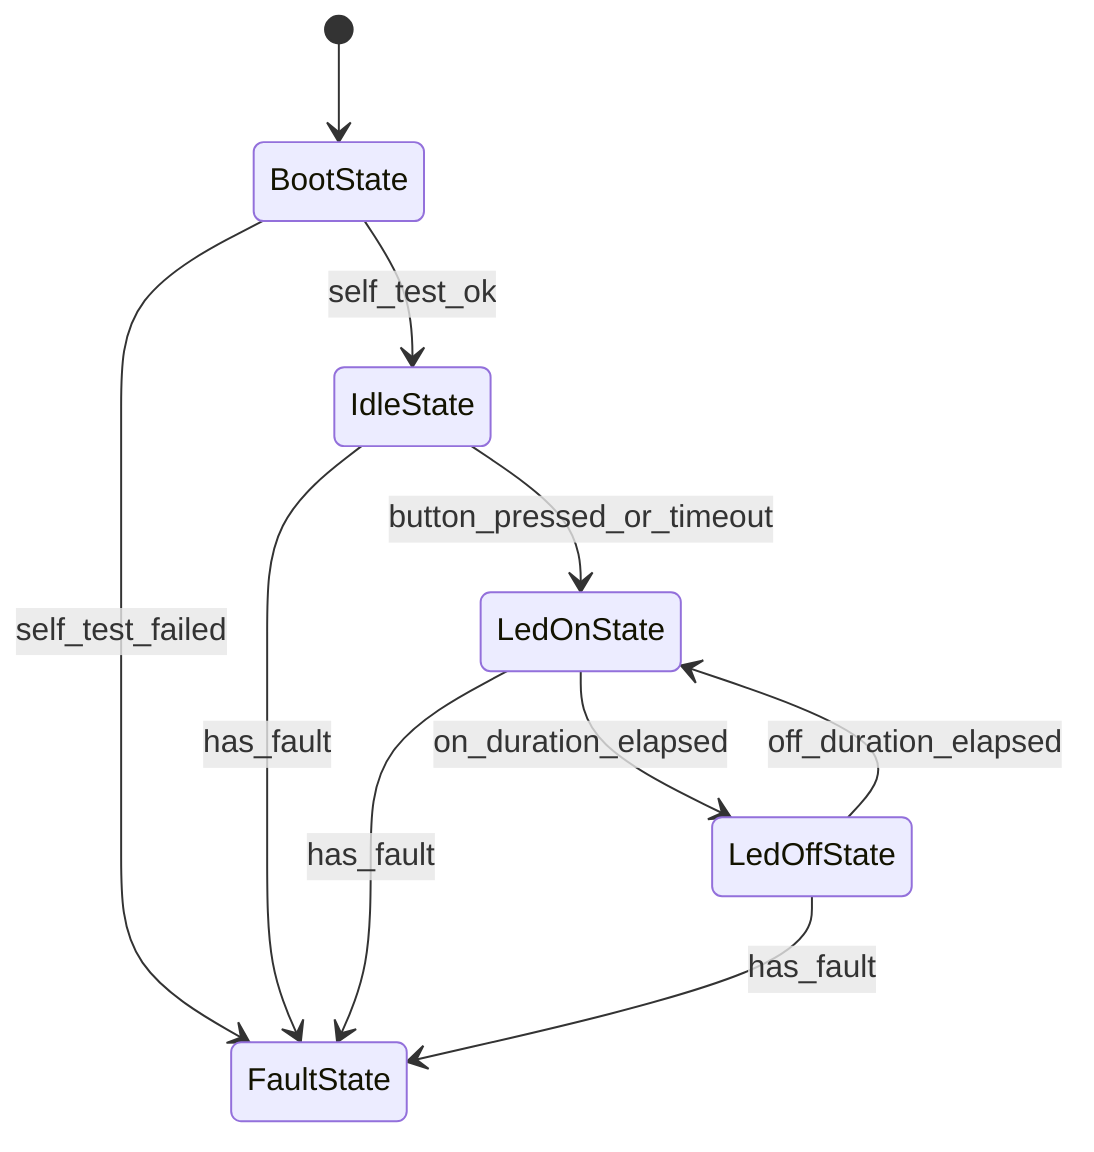
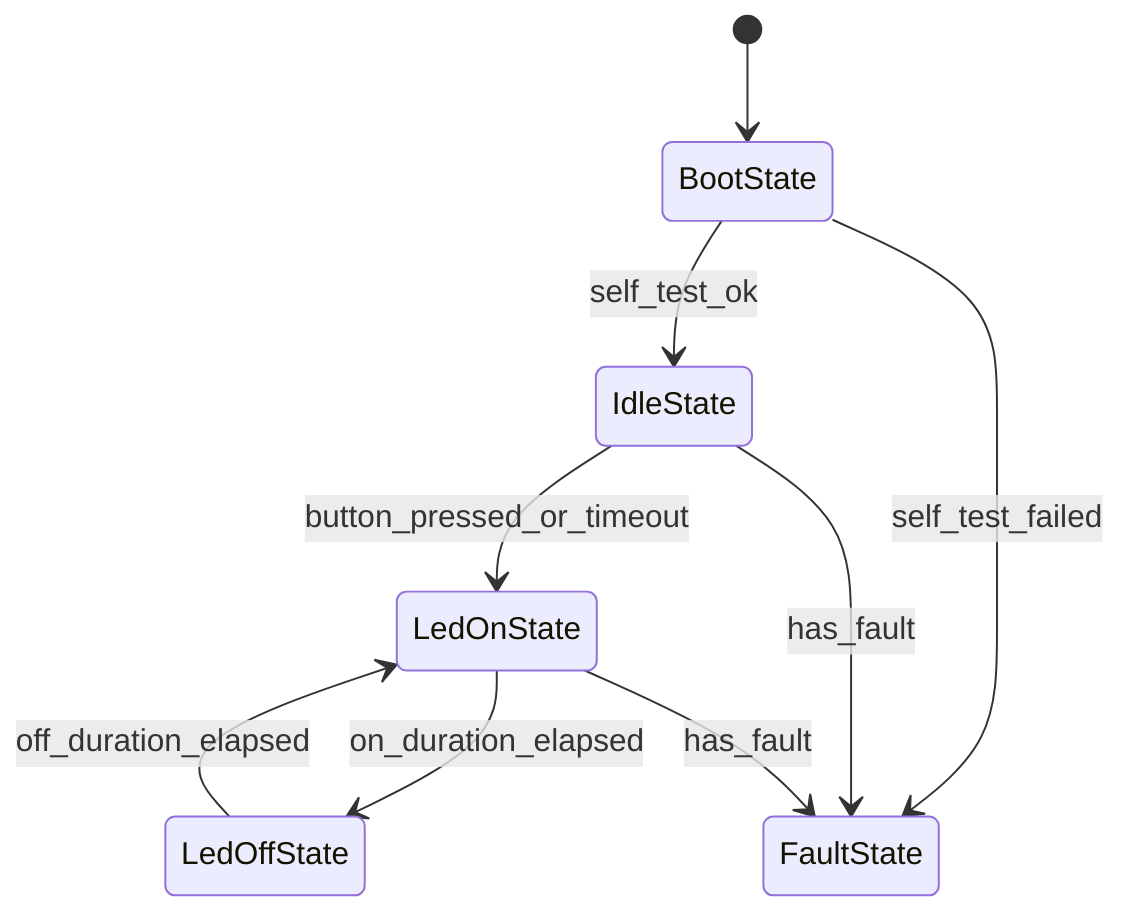
stateDiagram-v2
    [*] --> BootState

    BootState --> IdleState: self_test_ok
    BootState --> FaultState: self_test_failed

    IdleState --> LedOnState: button_pressed_or_timeout
    IdleState --> FaultState: has_fault

    LedOnState --> LedOffState: on_duration_elapsed
    LedOnState --> FaultState: has_fault

    LedOffState --> LedOnState: off_duration_elapsed
-     LedOffState --> FaultState: has_fault
